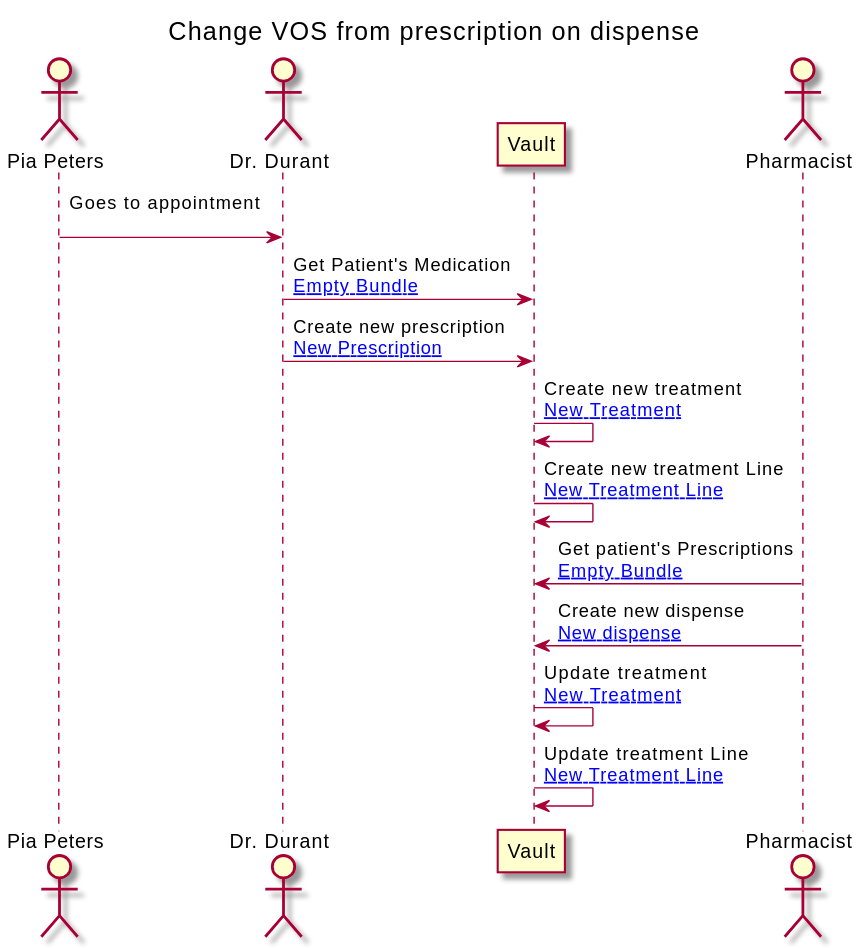
Before: branches/master/ExampleScenario-example-2-scenario.svg, a diagram exported from PlantUML (costateixeira/hl7-be-fhir-medication).
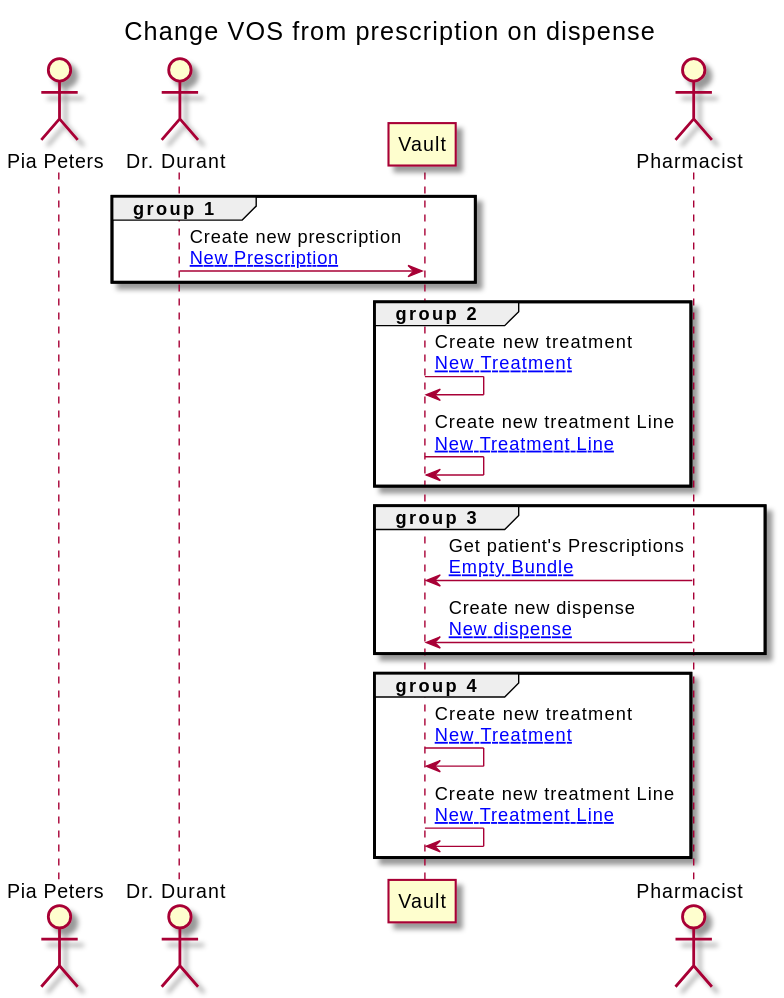
The same file after the commit.

Change to the diagram source:
```diff
@@ -13,23 +13,27 @@
 
 
 
-PATIENT -> GP : Goes to appointment\n
-
-GP -> VAULT : Get Patient's Medication\n[[ExampleScenario-example-2-scenario-resources.html#EB Empty Bundle]]
+group group 1
 
 GP -> VAULT : Create new prescription\n[[ExampleScenario-example-2-scenario-resources.html#2a-prescription New Prescription]]
+end
+group group 2
 
 VAULT -> VAULT : Create new treatment\n[[ExampleScenario-example-2-scenario-resources.html#2a-treatment New Treatment]]
+VAULT -> VAULT : Create new treatment Line\n[[ExampleScenario-example-2-scenario-resources.html#2a-treatmentLine New Treatment Line]]
+end
 
-VAULT -> VAULT : Create new treatment Line\n[[ExampleScenario-example-2-scenario-resources.html#2a-treatmentLine New Treatment Line]]
+group group 3
 
 PHARM -> VAULT : Get patient's Prescriptions\n[[ExampleScenario-example-2-scenario-resources.html#EB Empty Bundle]]
+PHARM -> VAULT : Create new dispense\n[[ExampleScenario-example-2-scenario-resources.html#2a-dispense New dispense]]
+end
 
-PHARM -> VAULT : Create new dispense\n[[ExampleScenario-example-2-scenario-resources.html#2a-dispense New dispense]]
+group group 4
 
-VAULT -> VAULT : Update treatment\n[[ExampleScenario-example-2-scenario-resources.html#2a-treatment New Treatment]]
-
-VAULT -> VAULT : Update treatment Line\n[[ExampleScenario-example-2-scenario-resources.html#2a-treatmentLine New Treatment Line]]
+VAULT -> VAULT : Create new treatment\n[[ExampleScenario-example-2-scenario-resources.html#2a-treatment New Treatment]]
+VAULT -> VAULT : Create new treatment Line\n[[ExampleScenario-example-2-scenario-resources.html#2a-treatmentLine New Treatment Line]]
+end
 
 
 @enduml
```
